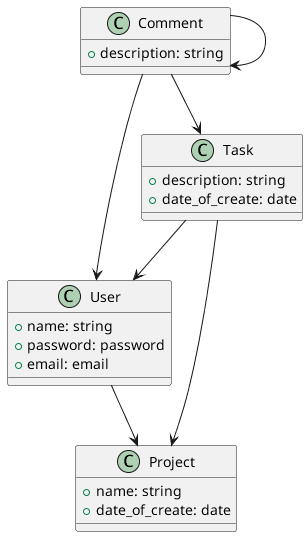
Before: out/tasks/tasks.png, a diagram exported from PlantUML (Spoleri/Diagram). Its diagram source:
```plantuml
@startuml
    class User {
        + name: string
        + password: password
        + email: email
    }

    class Task {
        + description: string
        + date_of_create: date
    }

    class Comment {
        + description: string
    }

    class Project {
        + name: string
        + date_of_create: date
    }


    Comment --> User
    Comment --> Task
    Comment --> Comment
    Task --> Project
    Task --> User
    User --> Project
@enduml
```
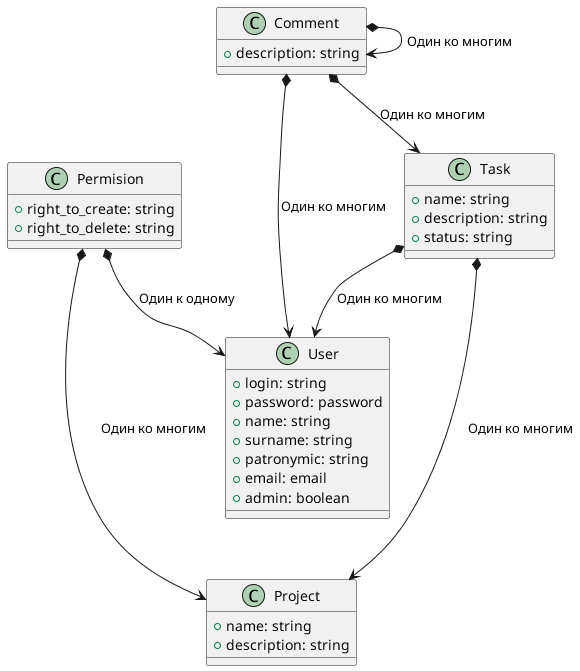
Later version of the same file.

Diff of the diagram source:
```diff
@@ -1,13 +1,18 @@
 @startuml
     class User {
+        + login: string
+        + password: password
         + name: string
-        + password: password
+        + surname: string
+        + patronymic: string
         + email: email
+        + admin: boolean
     }
 
     class Task {
+        + name: string
         + description: string
-        + date_of_create: date
+        + status: string
     }
 
     class Comment {
@@ -16,14 +21,20 @@
 
     class Project {
         + name: string
-        + date_of_create: date
+        + description: string
+    }
+
+    class Permision {
+        + right_to_create: string
+        + right_to_delete: string
     }
 
 
-    Comment --> User
-    Comment --> Task
-    Comment --> Comment
-    Task --> Project
-    Task --> User
-    User --> Project
+    Comment *--> User : Один ко многим
+    Comment *--> Task : Один ко многим
+    Comment *--> Comment : Один ко многим
+    Task *---> Project : Один ко многим
+    Task *--> User : Один ко многим
+    Permision *---> Project: Один ко многим
+    Permision *--> User: Один к одному
 @enduml
```
